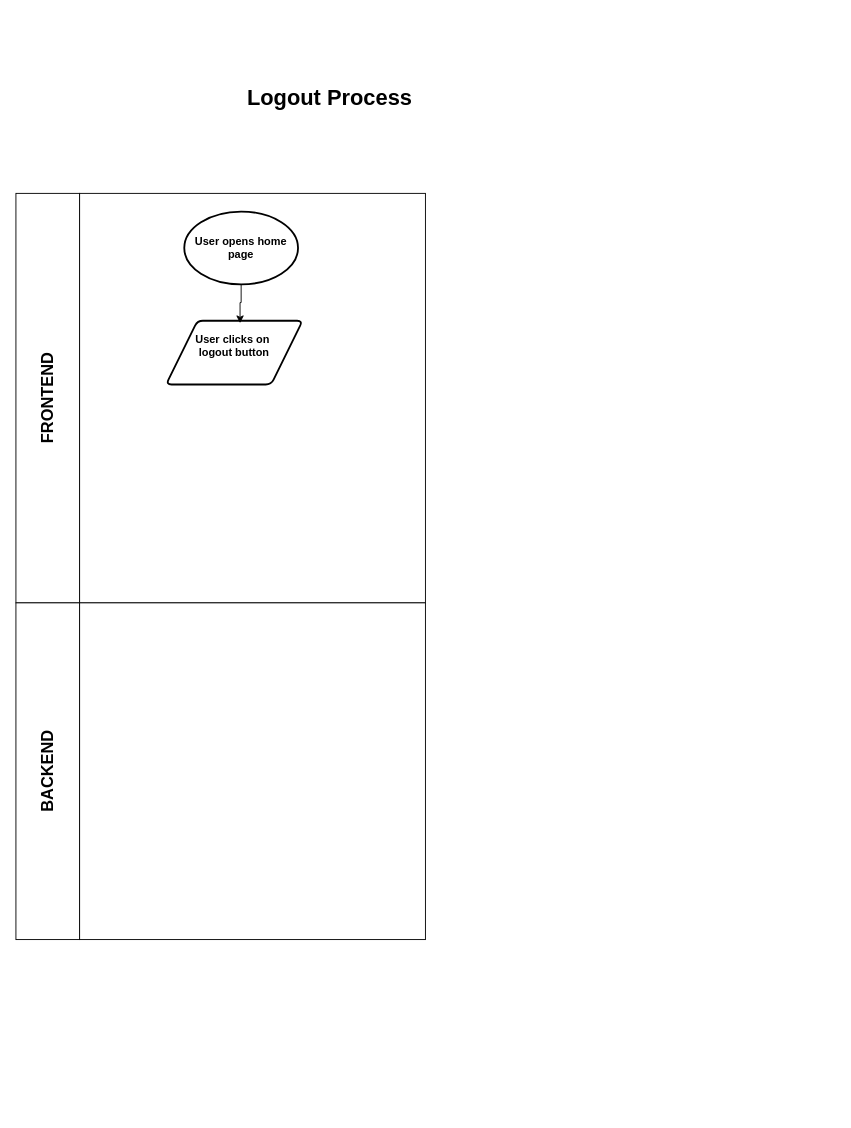
Above: page "auth_logout-process" (2 of 3) of E-Commerce API Business Process.drawio in RHILIUS/drawio (draw.io), before the change. Source tidied: cells renumbered, new cells numbered last; positions are measured from the earlier drawing's top-left corner, leaving out a move shared by most shapes. Both pictures are drawn from the tidied source at 91%, with x=0, y=0 at pixel (15, 75).
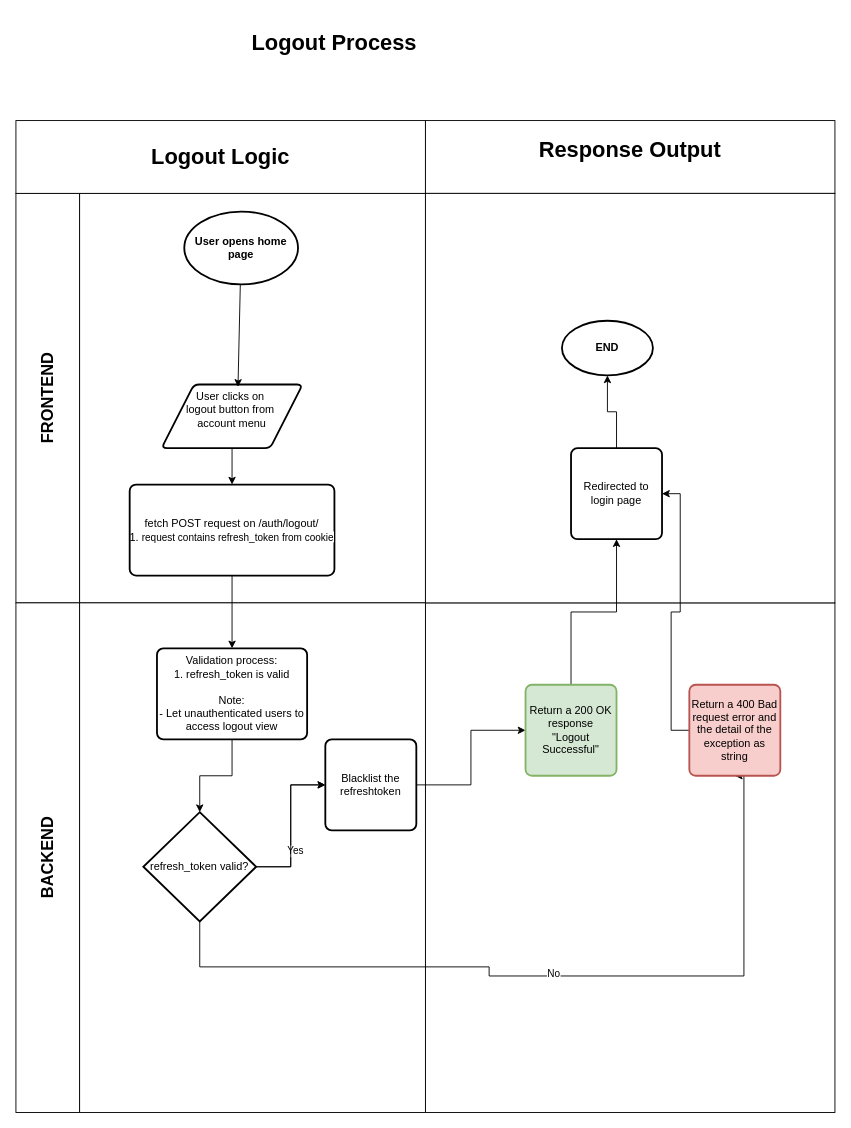
The same page after the edit.

Commit message:
E-Commerce API: Completed the logout process

The change refers to these unchanged cells:
```xml
<mxCell id="7" value="&lt;b&gt;User opens home page&lt;/b&gt;" style="strokeWidth=2;html=1;shape=mxgraph.flowchart.start_1;whiteSpace=wrap;" parent="1" vertex="1">
  <mxGeometry x="185" y="150" width="125" height="80" as="geometry" />
</mxCell>
```

What changed in the source:
```diff
@@
+    <mxCell id="10" value="&lt;h1&gt;&lt;br&gt;&lt;/h1&gt;" style="rounded=0;whiteSpace=wrap;html=1;" parent="1" vertex="1">
+      <mxGeometry x="450" y="580" width="450" height="560" as="geometry" />
+    </mxCell>
     <mxCell id="2" value="&lt;h1&gt;Logout Process&lt;/h1&gt;" style="text;html=1;whiteSpace=wrap;strokeColor=none;fillColor=none;align=center;verticalAlign=middle;rounded=0;horizontal=1;" parent="1" vertex="1">
-      <mxGeometry x="210" width="270" height="50" as="geometry" />
+      <mxGeometry x="215" y="-60" width="270" height="50" as="geometry" />
     </mxCell>
@@
     <mxCell id="4" value="&lt;h2&gt;BACKEND&lt;/h2&gt;" style="rounded=0;whiteSpace=wrap;html=1;horizontal=0;" parent="1" vertex="1">
-      <mxGeometry y="580" width="70" height="370" as="geometry" />
+      <mxGeometry y="580" width="70" height="560" as="geometry" />
     </mxCell>
@@
     <mxCell id="6" value="&lt;h2&gt;&lt;br&gt;&lt;/h2&gt;" style="rounded=0;whiteSpace=wrap;html=1;horizontal=0;" parent="1" vertex="1">
-      <mxGeometry x="70" y="580" width="380" height="370" as="geometry" />
+      <mxGeometry x="70" y="580" width="380" height="560" as="geometry" />
     </mxCell>
@@
+    <mxCell id="11" style="edgeStyle=orthogonalEdgeStyle;rounded=0;jettySize=auto;html=1;entryX=0.5;entryY=0;entryDx=0;entryDy=0;" parent="1" edge="1" source="8" target="24">
+      <mxGeometry relative="1" as="geometry" />
+    </mxCell>
-    <mxCell id="8" value="&lt;b&gt;User clicks on&amp;nbsp;&lt;/b&gt;&lt;div&gt;&lt;b&gt;logout button&lt;/b&gt;&lt;div&gt;&lt;b&gt;&lt;br&gt;&lt;/b&gt;&lt;/div&gt;&lt;/div&gt;" style="shape=parallelogram;html=1;strokeWidth=2;perimeter=parallelogramPerimeter;whiteSpace=wrap;rounded=1;arcSize=12;size=0.23;" parent="1" vertex="1">
-      <mxGeometry x="165" y="270" width="150" height="70" as="geometry" />
+    <mxCell id="8" value="User clicks on&amp;nbsp;&lt;div&gt;logout button from&amp;nbsp;&lt;/div&gt;&lt;div&gt;account menu&lt;/div&gt;&lt;div&gt;&lt;div&gt;&lt;b&gt;&lt;br&gt;&lt;/b&gt;&lt;/div&gt;&lt;/div&gt;" style="shape=parallelogram;html=1;strokeWidth=2;perimeter=parallelogramPerimeter;whiteSpace=wrap;rounded=1;arcSize=12;size=0.23;" parent="1" vertex="1">
+      <mxGeometry x="160" y="340" width="155" height="70" as="geometry" />
     </mxCell>
-    <mxCell id="9" style="edgeStyle=orthogonalEdgeStyle;rounded=0;jettySize=auto;html=1;entryX=0.542;entryY=0.038;entryDx=0;entryDy=0;entryPerimeter=0;" parent="1" edge="1" source="7" target="8">
+    <mxCell id="9" style="rounded=0;jettySize=auto;html=1;entryX=0.542;entryY=0.038;entryDx=0;entryDy=0;entryPerimeter=0;" parent="1" edge="1" source="7" target="8">
       <mxGeometry relative="1" as="geometry" />
     </mxCell>
+    <mxCell id="12" value="Validation process:&lt;div&gt;1. refresh_token is valid&lt;/div&gt;&lt;div&gt;&lt;br&gt;&lt;/div&gt;&lt;div&gt;Note:&lt;/div&gt;&lt;div&gt;- Let unauthenticated users to access logout view&lt;/div&gt;" style="rounded=1;whiteSpace=wrap;html=1;absoluteArcSize=1;arcSize=14;strokeWidth=2;" parent="1" vertex="1">
+      <mxGeometry x="155" y="630" width="165" height="100" as="geometry" />
+    </mxCell>
+    <mxCell id="13" value="&lt;h1&gt;Logout Logic&lt;/h1&gt;" style="rounded=0;whiteSpace=wrap;html=1;" parent="1" vertex="1">
+      <mxGeometry y="50" width="450" height="80" as="geometry" />
+    </mxCell>
+    <mxCell id="14" value="&lt;h1&gt;Response Output&lt;/h1&gt;&lt;div&gt;&lt;br&gt;&lt;/div&gt;" style="rounded=0;whiteSpace=wrap;html=1;" parent="1" vertex="1">
+      <mxGeometry x="450" y="50" width="450" height="80" as="geometry" />
+    </mxCell>
+    <mxCell id="15" value="&lt;h1&gt;&lt;br&gt;&lt;/h1&gt;" style="rounded=0;whiteSpace=wrap;html=1;" parent="1" vertex="1">
+      <mxGeometry x="450" y="130" width="450" height="450" as="geometry" />
+    </mxCell>
+    <mxCell id="16" style="edgeStyle=orthogonalEdgeStyle;rounded=0;jettySize=auto;html=1;entryX=0;entryY=0.5;entryDx=0;entryDy=0;" parent="1" edge="1" source="21" target="26">
+      <mxGeometry relative="1" as="geometry" />
+    </mxCell>
+    <mxCell id="17" value="Yes" style="edgeLabel;html=1;align=center;verticalAlign=middle;" parent="16" vertex="1">
+      <mxGeometry x="-0.32" y="-4" relative="1" as="geometry" />
+    </mxCell>
+    <mxCell id="18" style="edgeStyle=orthogonalEdgeStyle;rounded=0;jettySize=auto;html=1;entryX=0.5;entryY=1;entryDx=0;entryDy=0;" parent="1" edge="1" source="21" target="28">
+      <mxGeometry relative="1" as="geometry">
+        <Array as="points">
+          <mxPoint x="202" y="980" />
+          <mxPoint x="520" y="980" />
+          <mxPoint x="520" y="990" />
+          <mxPoint x="800" y="990" />
+        </Array>
+      </mxGeometry>
+    </mxCell>
+    <mxCell id="19" value="No" style="edgeLabel;html=1;align=center;verticalAlign=middle;" parent="18" vertex="1">
+      <mxGeometry x="0.01" y="3" relative="1" as="geometry" />
+    </mxCell>
+    <mxCell id="20" style="edgeStyle=orthogonalEdgeStyle;rounded=0;jettySize=auto;html=1;" parent="1" edge="1" source="21" target="26">
+      <mxGeometry relative="1" as="geometry" />
+    </mxCell>
+    <mxCell id="21" value="refresh_token valid?" style="strokeWidth=2;html=1;shape=mxgraph.flowchart.decision;whiteSpace=wrap;" parent="1" vertex="1">
+      <mxGeometry x="140" y="810" width="124" height="120" as="geometry" />
+    </mxCell>
+    <mxCell id="22" style="edgeStyle=orthogonalEdgeStyle;rounded=0;jettySize=auto;html=1;entryX=0.5;entryY=0;entryDx=0;entryDy=0;entryPerimeter=0;" parent="1" edge="1" source="12" target="21">
+      <mxGeometry relative="1" as="geometry" />
+    </mxCell>
+    <mxCell id="23" style="edgeStyle=orthogonalEdgeStyle;rounded=0;jettySize=auto;html=1;entryX=0.5;entryY=0;entryDx=0;entryDy=0;" parent="1" edge="1" source="24" target="12">
+      <mxGeometry relative="1" as="geometry" />
+    </mxCell>
+    <mxCell id="24" value="fetch POST request on /auth/logout/&lt;br&gt;1.&amp;nbsp;&lt;span style=&quot;font-size: 11px; white-space: nowrap; background-color: rgb(255, 255, 255);&quot;&gt;request contains refresh_token from cookie&lt;/span&gt;" style="rounded=1;whiteSpace=wrap;html=1;absoluteArcSize=1;arcSize=14;strokeWidth=2;" parent="1" vertex="1">
+      <mxGeometry x="125" y="450" width="225" height="100" as="geometry" />
+    </mxCell>
+    <mxCell id="25" style="edgeStyle=orthogonalEdgeStyle;rounded=0;jettySize=auto;html=1;" parent="1" edge="1" source="26" target="30">
+      <mxGeometry relative="1" as="geometry" />
+    </mxCell>
+    <mxCell id="26" value="Blacklist the refreshtoken" style="rounded=1;whiteSpace=wrap;html=1;absoluteArcSize=1;arcSize=14;strokeWidth=2;" parent="1" vertex="1">
+      <mxGeometry x="340" y="730" width="100" height="100" as="geometry" />
+    </mxCell>
+    <mxCell id="27" style="edgeStyle=orthogonalEdgeStyle;rounded=0;jettySize=auto;html=1;entryX=1;entryY=0.5;entryDx=0;entryDy=0;" parent="1" edge="1" source="28" target="31">
+      <mxGeometry relative="1" as="geometry" />
+    </mxCell>
+    <mxCell id="28" value="Return a 400 Bad request error and the detail of the exception as string" style="rounded=1;whiteSpace=wrap;html=1;absoluteArcSize=1;arcSize=14;strokeWidth=2;fillColor=#f8cecc;strokeColor=#b85450;" parent="1" vertex="1">
+      <mxGeometry x="740" y="670" width="100" height="100" as="geometry" />
+    </mxCell>
+    <mxCell id="29" style="edgeStyle=orthogonalEdgeStyle;rounded=0;jettySize=auto;html=1;entryX=0.5;entryY=1;entryDx=0;entryDy=0;" parent="1" edge="1" source="30" target="31">
+      <mxGeometry relative="1" as="geometry" />
+    </mxCell>
+    <mxCell id="30" value="Return a 200 OK response&lt;br&gt;&quot;Logout Successful&quot;" style="rounded=1;whiteSpace=wrap;html=1;absoluteArcSize=1;arcSize=14;strokeWidth=2;fillColor=#d5e8d4;strokeColor=#82b366;" parent="1" vertex="1">
+      <mxGeometry x="560" y="670" width="100" height="100" as="geometry" />
+    </mxCell>
+    <mxCell id="31" value="Redirected to login page" style="rounded=1;whiteSpace=wrap;html=1;absoluteArcSize=1;arcSize=14;strokeWidth=2;" parent="1" vertex="1">
+      <mxGeometry x="610" y="410" width="100" height="100" as="geometry" />
+    </mxCell>
+    <mxCell id="32" value="&lt;b&gt;END&lt;/b&gt;" style="strokeWidth=2;html=1;shape=mxgraph.flowchart.start_1;whiteSpace=wrap;" parent="1" vertex="1">
+      <mxGeometry x="600" y="270" width="100" height="60" as="geometry" />
+    </mxCell>
+    <mxCell id="33" style="edgeStyle=orthogonalEdgeStyle;rounded=0;jettySize=auto;html=1;entryX=0.5;entryY=1;entryDx=0;entryDy=0;entryPerimeter=0;" parent="1" edge="1" source="31" target="32">
+      <mxGeometry relative="1" as="geometry" />
+    </mxCell>
```
